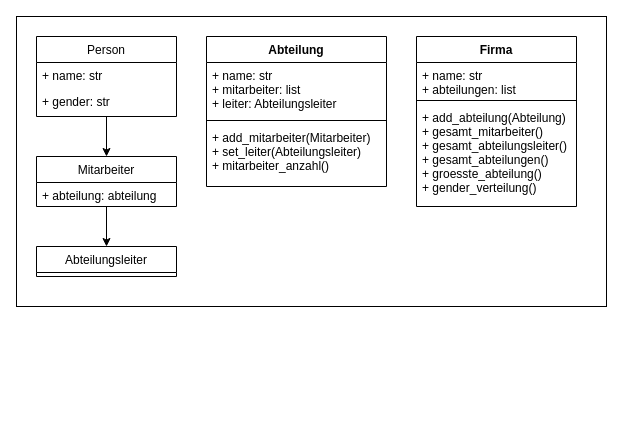
Fabix1204/SWP_Python keeps this draw.io diagram as SWP-Python/OOP/Unbenanntes Diagramm.drawio. Above is the earlier version. Source tidied: cells renumbered, new cells numbered last; positions are measured from the earlier drawing's top-left corner, leaving out a move shared by most shapes. Both pictures are drawn from the tidied source at 100%, with x=0, y=0 at pixel (16, 16).
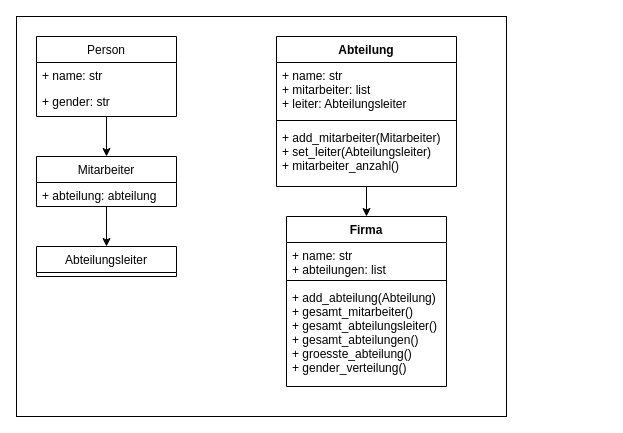
Above is the later version.

The edit, as a diff of the source:
```diff
@@
     <mxCell id="2" style="rounded=0;whiteSpace=wrap;html=1;" parent="1" vertex="1">
-      <mxGeometry width="590" height="290" as="geometry" />
+      <mxGeometry width="490" height="400" as="geometry" />
     </mxCell>
@@
     <mxCell id="9" value="Abteilung" style="swimlane;fontStyle=1;align=center;verticalAlign=top;horizontal=1;startSize=26;" parent="1" vertex="1">
-      <mxGeometry x="190" y="20" width="180" height="150" as="geometry" />
+      <mxGeometry x="260" y="20" width="180" height="150" as="geometry" />
     </mxCell>
@@
     <mxCell id="13" value="Firma" style="swimlane;fontStyle=1;align=center;verticalAlign=top;horizontal=1;startSize=26;" parent="1" vertex="1">
-      <mxGeometry x="400" y="20" width="160" height="170" as="geometry" />
+      <mxGeometry x="270" y="200" width="160" height="170" as="geometry" />
     </mxCell>
@@
+    <mxCell id="19" style="endArrow=classic;html=1;rounded=0;entryX=0.5;entryY=0;entryDx=0;entryDy=0;" parent="1" edge="1" target="13">
+      <mxGeometry relative="1" as="geometry">
+        <mxPoint x="350" y="170" as="sourcePoint" />
+      </mxGeometry>
+    </mxCell>
```
